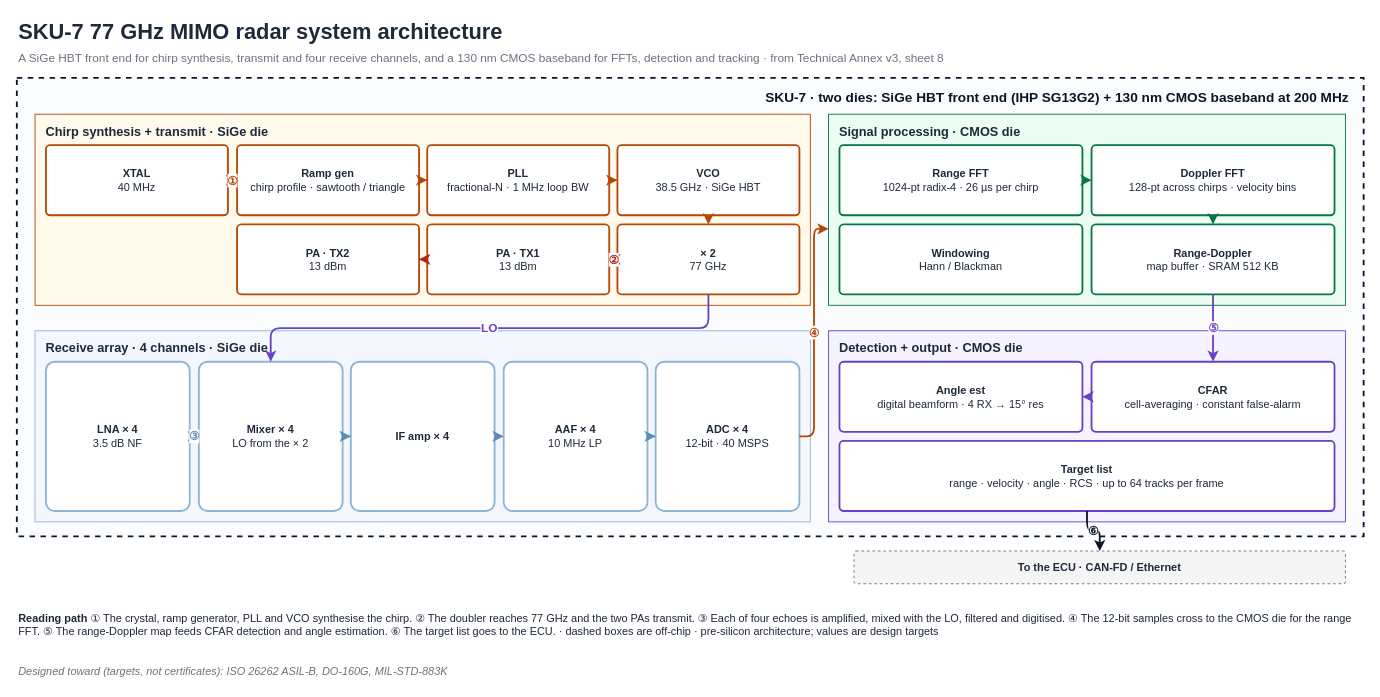
The draw.io diagram public/downloads/sku-7-architecture.drawio in shekerkamma/deepgrid-dr-silicon-v10, before the edit. Source tidied: cells renumbered, new cells numbered last; positions are measured from the earlier drawing's top-left corner, leaving out a move shared by most shapes. Both pictures are drawn from the tidied source at 91%, with x=0, y=0 at pixel (16, 15).
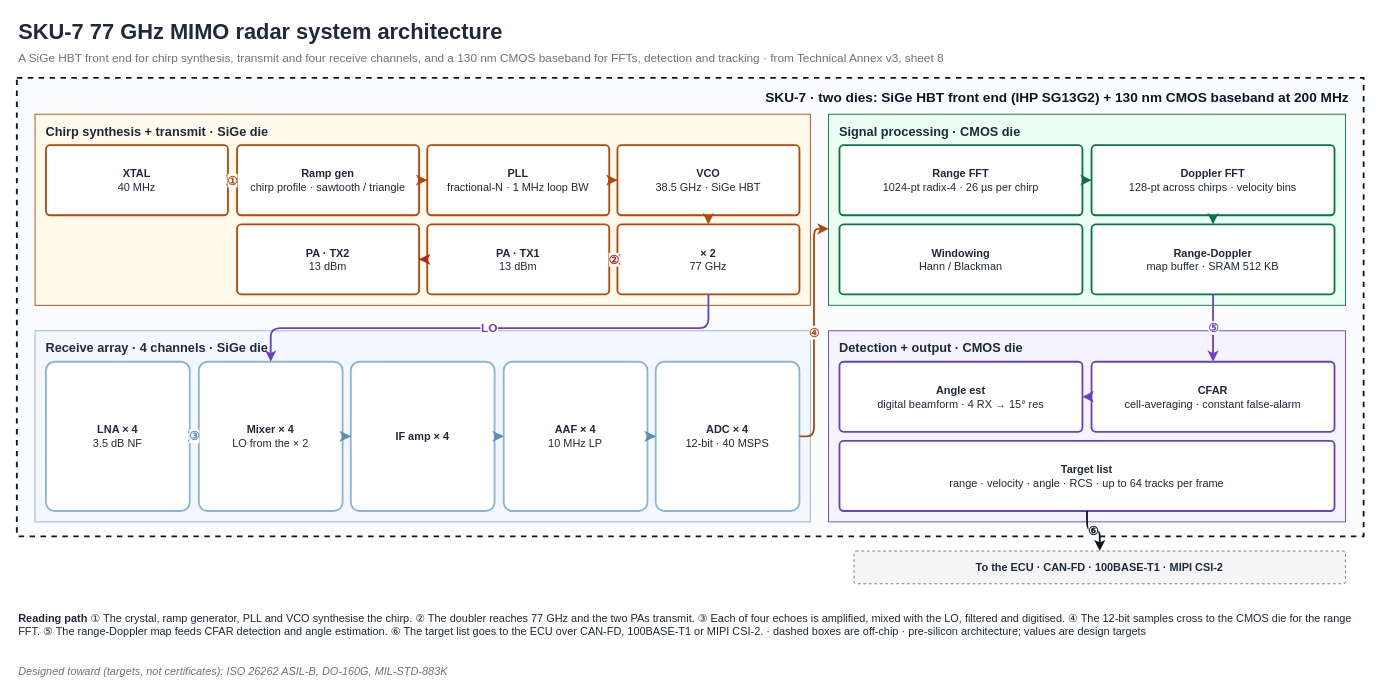
Above is the later version.

The edit, as a diff of the source:
```diff
@@
-    <mxCell id="28" value="&lt;b&gt;To the ECU · CAN-FD / Ethernet&lt;/b&gt;" style="rounded=1;whiteSpace=wrap;html=1;fillColor=#F5F5F5;strokeColor=#6B7280;dashed=1;fontSize=12;fontColor=#1E293B;arcSize=6;" parent="1" vertex="1">
+    <mxCell id="28" value="&lt;b&gt;To the ECU · CAN-FD · 100BASE-T1 · MIPI CSI-2&lt;/b&gt;" style="rounded=1;whiteSpace=wrap;html=1;fillColor=#F5F5F5;strokeColor=#6B7280;dashed=1;fontSize=12;fontColor=#1E293B;arcSize=6;" parent="1" vertex="1">
       <mxGeometry x="920" y="588" width="540" height="36" as="geometry" />
     </mxCell>
@@
-    <mxCell id="46" value="&lt;b&gt;Reading path&lt;/b&gt;   ①  The crystal, ramp generator, PLL and VCO synthesise the chirp.   ②  The doubler reaches 77 GHz and the two PAs transmit.   ③  Each of four echoes is amplified, mixed with the LO, filtered and digitised.   ④  The 12-bit samples cross to the CMOS die for the range FFT.   ⑤  The range-Doppler map feeds CFAR detection and angle estimation.   ⑥  The target list goes to the ECU.   ·   dashed boxes are off-chip   ·   pre-silicon architecture; values are design targets" style="text;html=1;align=left;verticalAlign=middle;whiteSpace=wrap;fontSize=12;fontColor=#1E293B;" parent="1" vertex="1">
+    <mxCell id="46" value="&lt;b&gt;Reading path&lt;/b&gt;   ①  The crystal, ramp generator, PLL and VCO synthesise the chirp.   ②  The doubler reaches 77 GHz and the two PAs transmit.   ③  Each of four echoes is amplified, mixed with the LO, filtered and digitised.   ④  The 12-bit samples cross to the CMOS die for the range FFT.   ⑤  The range-Doppler map feeds CFAR detection and angle estimation.   ⑥  The target list goes to the ECU over CAN-FD, 100BASE-T1 or MIPI CSI-2.   ·   dashed boxes are off-chip   ·   pre-silicon architecture; values are design targets" style="text;html=1;align=left;verticalAlign=middle;whiteSpace=wrap;fontSize=12;fontColor=#1E293B;" parent="1" vertex="1">
       <mxGeometry y="640" width="1480" height="58" as="geometry" />
     </mxCell>
```
